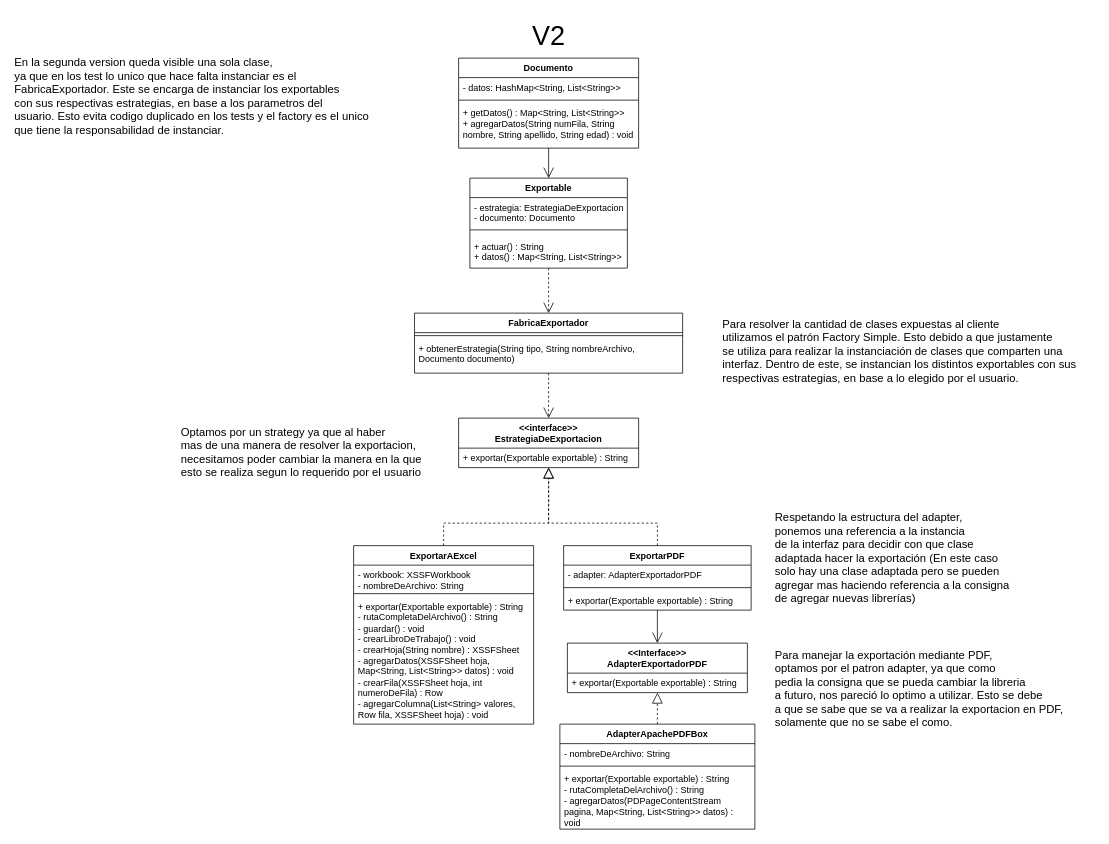
Before: CeruttiSampieri-TPv2/DiagramaV2.drawio in Juanchi0207/DDS24_PanzeraSampieri, a draw.io diagram. Source tidied: cells renumbered, new cells numbered last; positions are measured from the earlier drawing's top-left corner, leaving out a move shared by most shapes. Both pictures are drawn from the tidied source at 75%, with x=0, y=0 at pixel (13, 13).
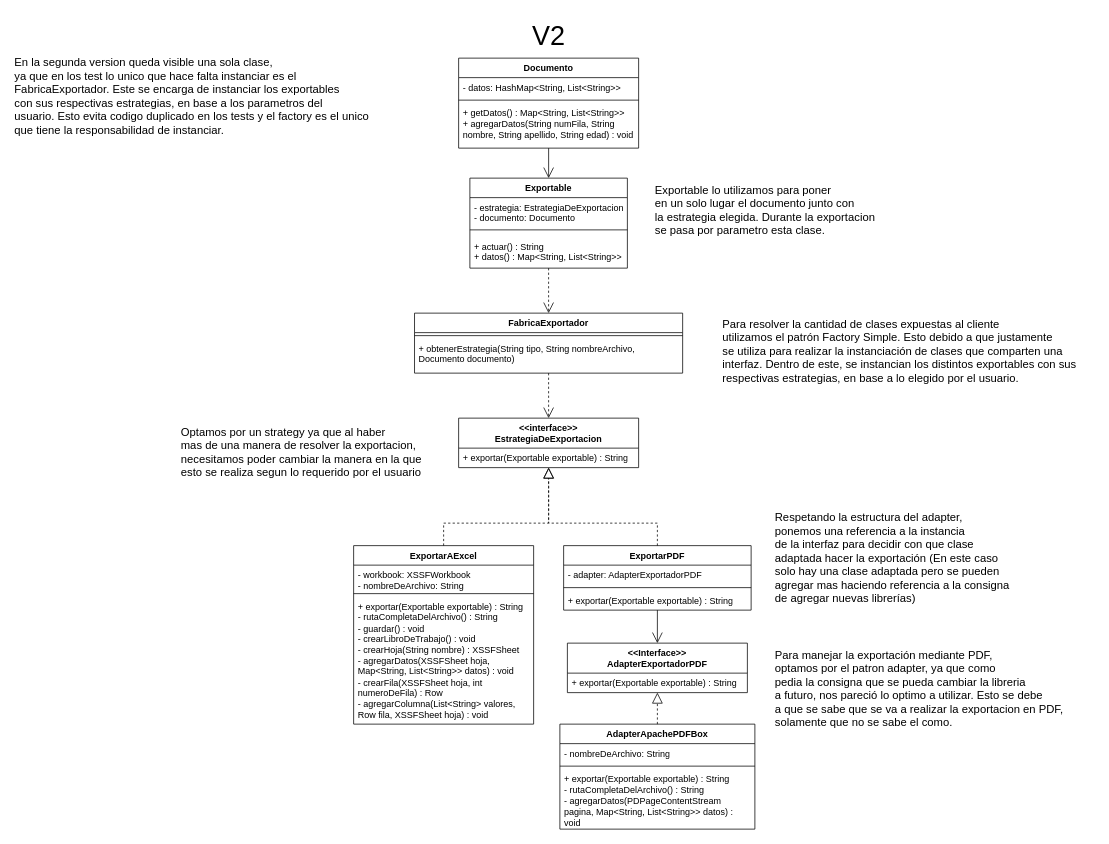
The same diagram, later.

Commit message (it also covers changes not shown here):
Ahora si terminado

The edit, as a diff of the source:
```diff
@@
+    <mxCell id="42" value="&lt;div align=&quot;left&quot;&gt;&lt;font style=&quot;font-size: 15px;&quot;&gt;Exportable lo utilizamos para poner&lt;/font&gt;&lt;/div&gt;&lt;div align=&quot;left&quot;&gt;&lt;font style=&quot;font-size: 15px;&quot;&gt;en un solo lugar el documento junto con&lt;/font&gt;&lt;/div&gt;&lt;div align=&quot;left&quot;&gt;&lt;font style=&quot;font-size: 15px;&quot;&gt;la estrategia elegida. Durante la exportacion&lt;/font&gt;&lt;/div&gt;&lt;div align=&quot;left&quot;&gt;&lt;font style=&quot;font-size: 15px;&quot;&gt;se pasa por parametro esta clase.&lt;br&gt;&lt;/font&gt;&lt;/div&gt;" style="text;whiteSpace=wrap;html=1;" parent="1" vertex="1">
+      <mxGeometry x="854" y="220" width="330" height="100" as="geometry" />
+    </mxCell>
```
